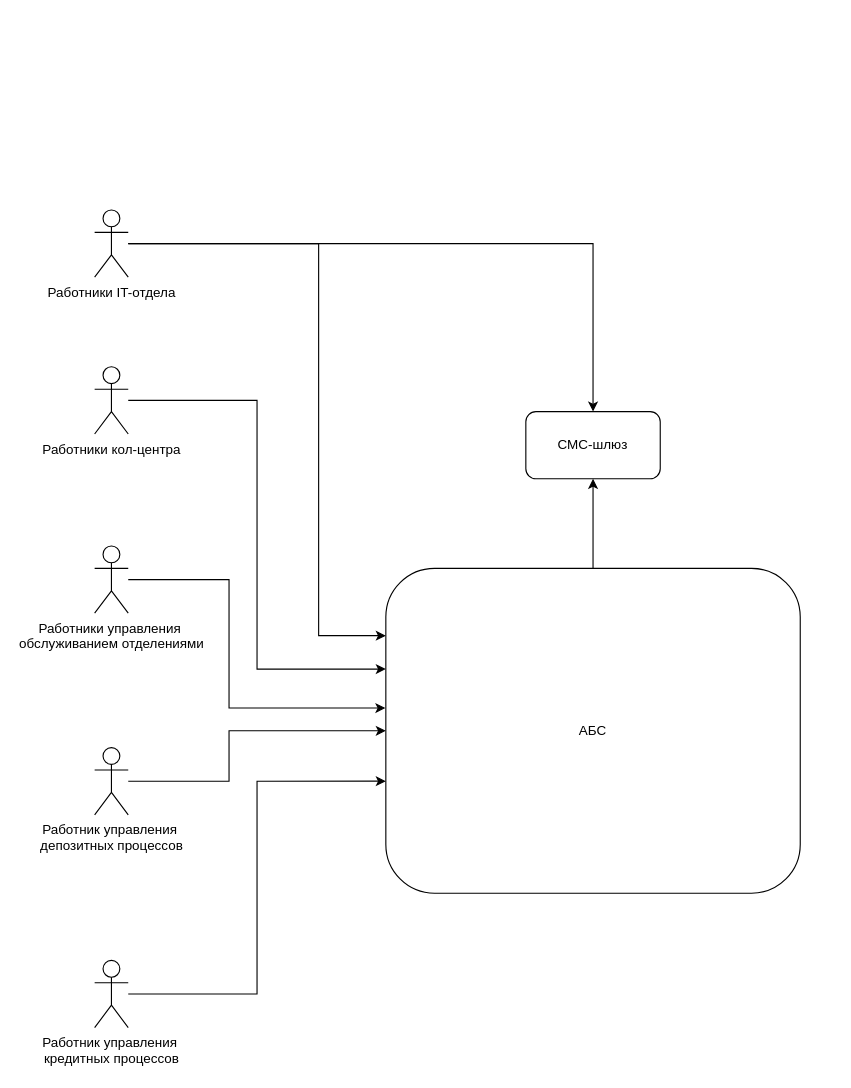
Earlier version of the draw.io diagram Task1/Схема интеграции приложения.drawio (SarkisyanIA/architecture-standart). Source tidied: cells renumbered, new cells numbered last; positions are measured from the earlier drawing's top-left corner, leaving out a move shared by most shapes. Both pictures are drawn from the tidied source at 112%, with x=0, y=0 at pixel (94, 209).
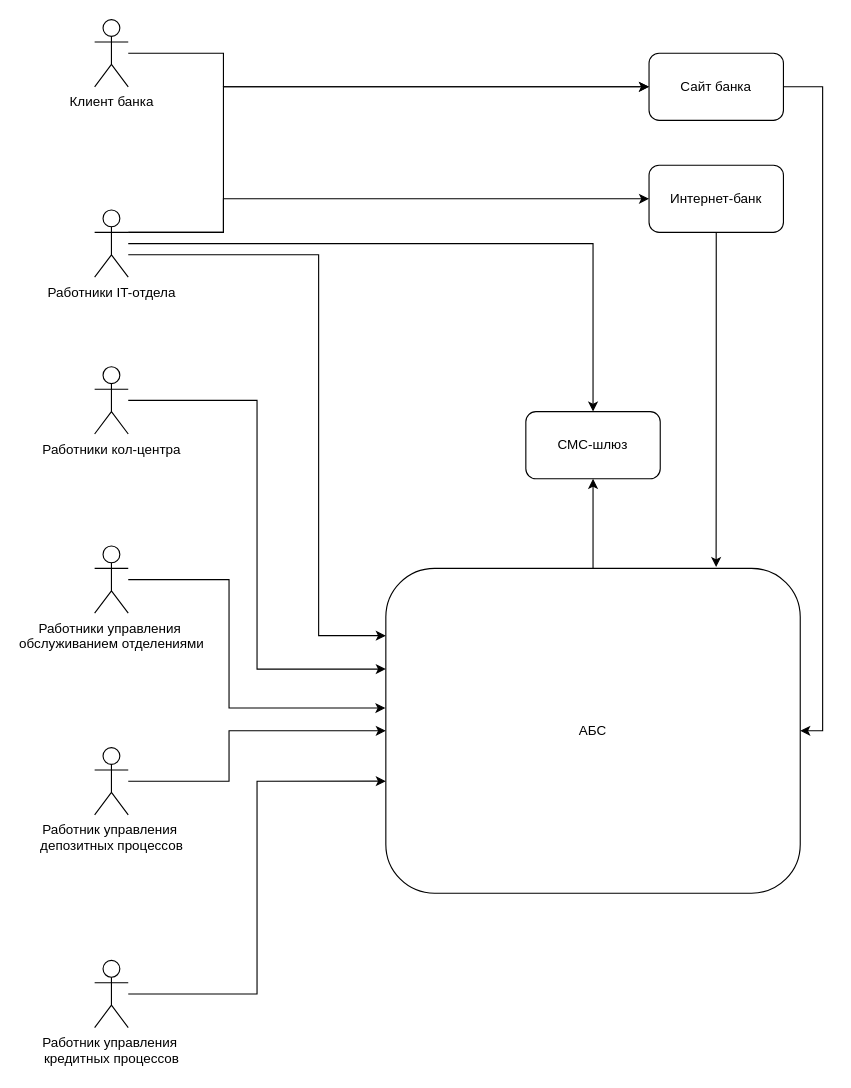
The same diagram, later.

The change refers to these unchanged cells:
```xml
<mxCell id="4" value="Работники IT-отдела" style="shape=umlActor;verticalLabelPosition=bottom;verticalAlign=top;html=1;outlineConnect=0;" parent="1" vertex="1">
  <mxGeometry width="30" height="60" as="geometry" />
</mxCell>
<mxCell id="9" value="АБС" style="rounded=1;whiteSpace=wrap;html=1;" parent="1" vertex="1">
  <mxGeometry x="260" y="320" width="370" height="290" as="geometry" />
</mxCell>
```

Change to the diagram source:
```diff
@@
+    <mxCell id="16" style="edgeStyle=orthogonalEdgeStyle;rounded=0;jettySize=auto;html=1;entryX=0;entryY=0.5;entryDx=0;entryDy=0;" parent="1" edge="1" source="4" target="22">
+      <mxGeometry relative="1" as="geometry">
+        <Array as="points">
+          <mxPoint x="115" y="20" />
+          <mxPoint x="115" y="-10" />
+        </Array>
+      </mxGeometry>
+    </mxCell>
+    <mxCell id="17" style="edgeStyle=orthogonalEdgeStyle;rounded=0;jettySize=auto;html=1;entryX=0;entryY=0.5;entryDx=0;entryDy=0;" parent="1" edge="1" source="4" target="21">
+      <mxGeometry relative="1" as="geometry">
+        <Array as="points">
+          <mxPoint x="115" y="20" />
+          <mxPoint x="115" y="-110" />
+        </Array>
+      </mxGeometry>
+    </mxCell>
@@
     <mxCell id="12" style="edgeStyle=orthogonalEdgeStyle;rounded=0;jettySize=auto;html=1;entryX=0;entryY=0.207;entryDx=0;entryDy=0;entryPerimeter=0;" parent="1" edge="1" source="4" target="9">
       <mxGeometry relative="1" as="geometry">
         <Array as="points">
-          <mxPoint x="200" y="30" />
+          <mxPoint x="200" y="40" />
           <mxPoint x="200" y="380" />
         </Array>
       </mxGeometry>
     </mxCell>
@@
+    <mxCell id="18" style="edgeStyle=orthogonalEdgeStyle;rounded=0;jettySize=auto;html=1;entryX=0;entryY=0.5;entryDx=0;entryDy=0;" parent="1" edge="1" source="19" target="21">
+      <mxGeometry relative="1" as="geometry">
+        <Array as="points">
+          <mxPoint x="115" y="-140" />
+          <mxPoint x="115" y="-110" />
+        </Array>
+      </mxGeometry>
+    </mxCell>
+    <mxCell id="19" value="Клиент банка" style="shape=umlActor;verticalLabelPosition=bottom;verticalAlign=top;html=1;outlineConnect=0;" parent="1" vertex="1">
+      <mxGeometry y="-170" width="30" height="60" as="geometry" />
+    </mxCell>
+    <mxCell id="20" style="edgeStyle=orthogonalEdgeStyle;rounded=0;jettySize=auto;html=1;entryX=1;entryY=0.5;entryDx=0;entryDy=0;" parent="1" edge="1" source="21" target="9">
+      <mxGeometry relative="1" as="geometry">
+        <Array as="points">
+          <mxPoint x="650" y="-110" />
+          <mxPoint x="650" y="465" />
+        </Array>
+      </mxGeometry>
+    </mxCell>
+    <mxCell id="21" value="Сайт банка" style="rounded=1;whiteSpace=wrap;html=1;" parent="1" vertex="1">
+      <mxGeometry x="495" y="-140" width="120" height="60" as="geometry" />
+    </mxCell>
+    <mxCell id="22" value="Интернет-банк" style="rounded=1;whiteSpace=wrap;html=1;" parent="1" vertex="1">
+      <mxGeometry x="495" y="-40" width="120" height="60" as="geometry" />
+    </mxCell>
+    <mxCell id="23" style="edgeStyle=orthogonalEdgeStyle;rounded=0;jettySize=auto;html=1;entryX=0.797;entryY=-0.004;entryDx=0;entryDy=0;entryPerimeter=0;" parent="1" edge="1" source="22" target="9">
+      <mxGeometry relative="1" as="geometry" />
+    </mxCell>
```
